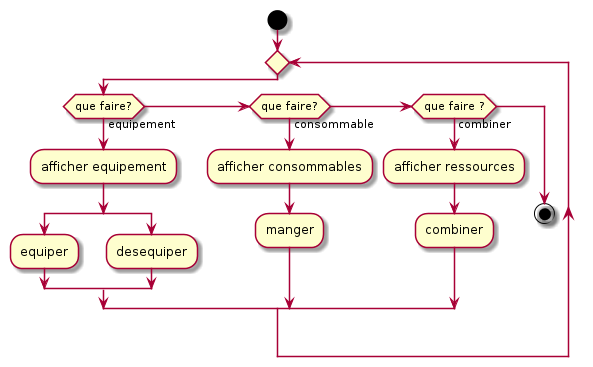
Before: UML/Inventaire/inventaire.png, a diagram exported from PlantUML (Pyp-o/D-D_bouffe).
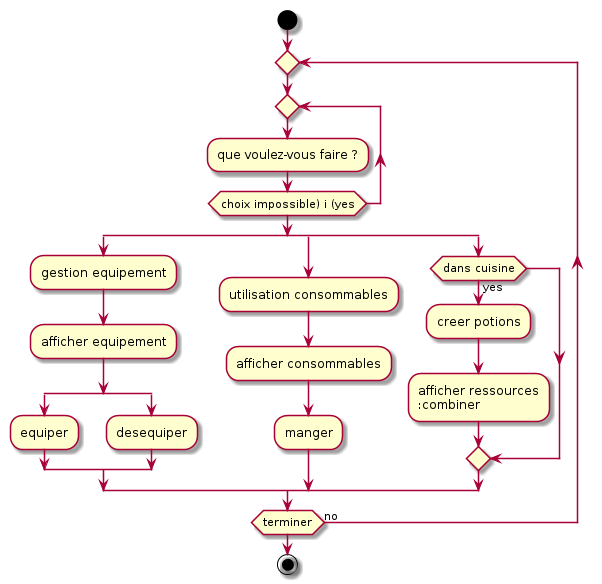
The same file after the commit.

Commit message:
debut code gestion inventaire

Diff of the diagram source:
```diff
@@ -1,22 +1,30 @@
 @startuml
 start
+    repeat
+        repeat
+        :que voulez-vous faire ?;
+        repeat while (choix impossible) i (yes)
 
-repeat
-    if (que faire?) then (equipement)
-        -afficher equipement
         split
-            :equiper;
+            :gestion equipement;
+            :afficher equipement;
+                split
+                    :equiper;
+                split again
+                    :desequiper;
+                 endsplit
         split again
-            :desequiper;
-         endsplit
-    elseif (que faire?) then (consommable)
-        -afficher consommables
-        :manger;
-    elseif(que faire ?) then (combiner)
-        -afficher ressources
-        :combiner;
-    else
-        stop
-    endif
+            :utilisation consommables;
+            :afficher consommables;
+            :manger;
 
+        split again
+            if (dans cuisine) then (yes)
+                :creer potions;
+                :afficher ressources
+                :combiner;
+            endif
+        endsplit
+        repeat while(terminer) is (no)
+    stop
 @enduml
```
